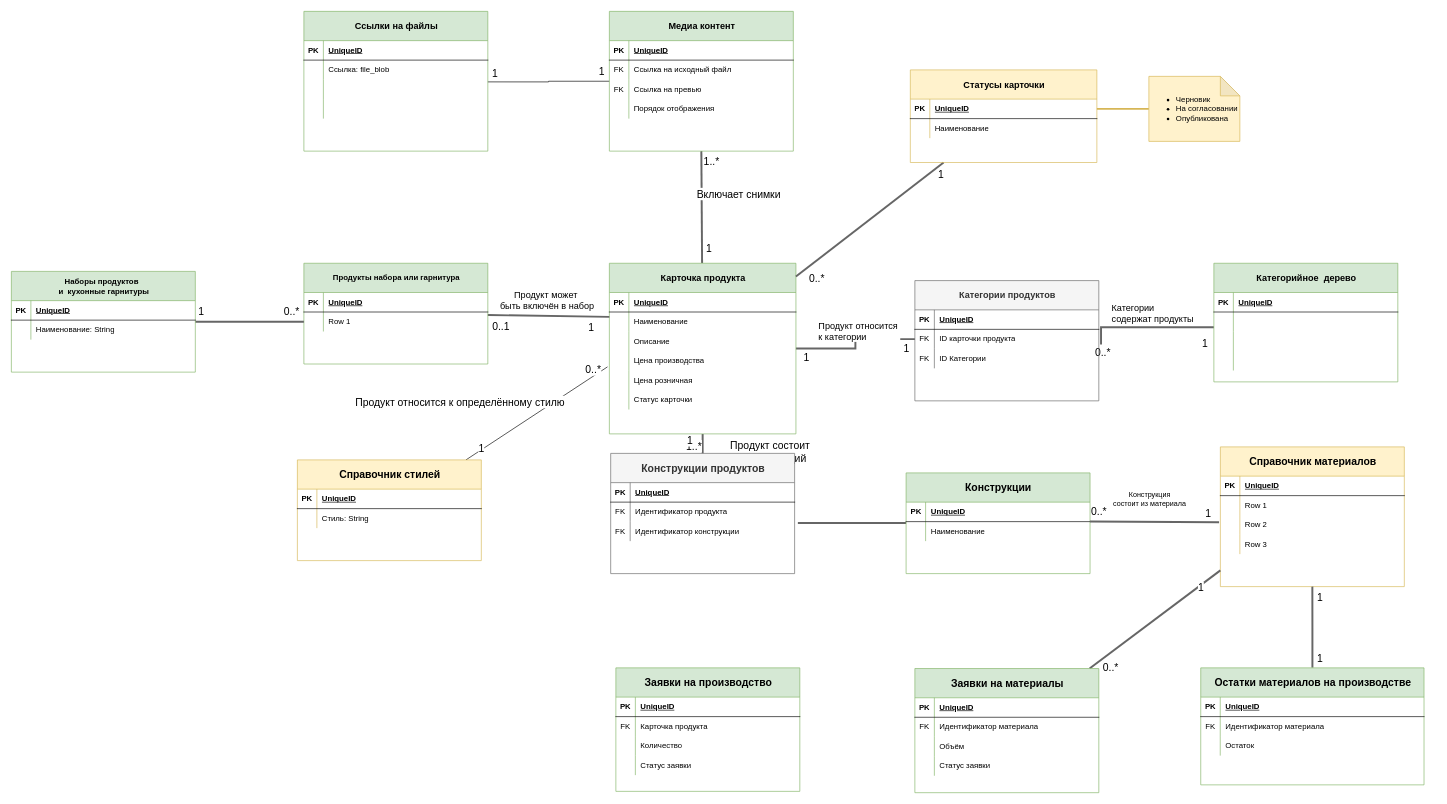
This is ERD - Продукт и производство.drawio from getitsoIved/examplesOfArtifacts, a draw.io file, before an edit. Source tidied: cells renumbered, new cells numbered last; positions are measured from the earlier drawing's top-left corner, leaving out a move shared by most shapes. Both pictures are drawn from the tidied source at 65%, with x=0, y=0 at pixel (11, 11).
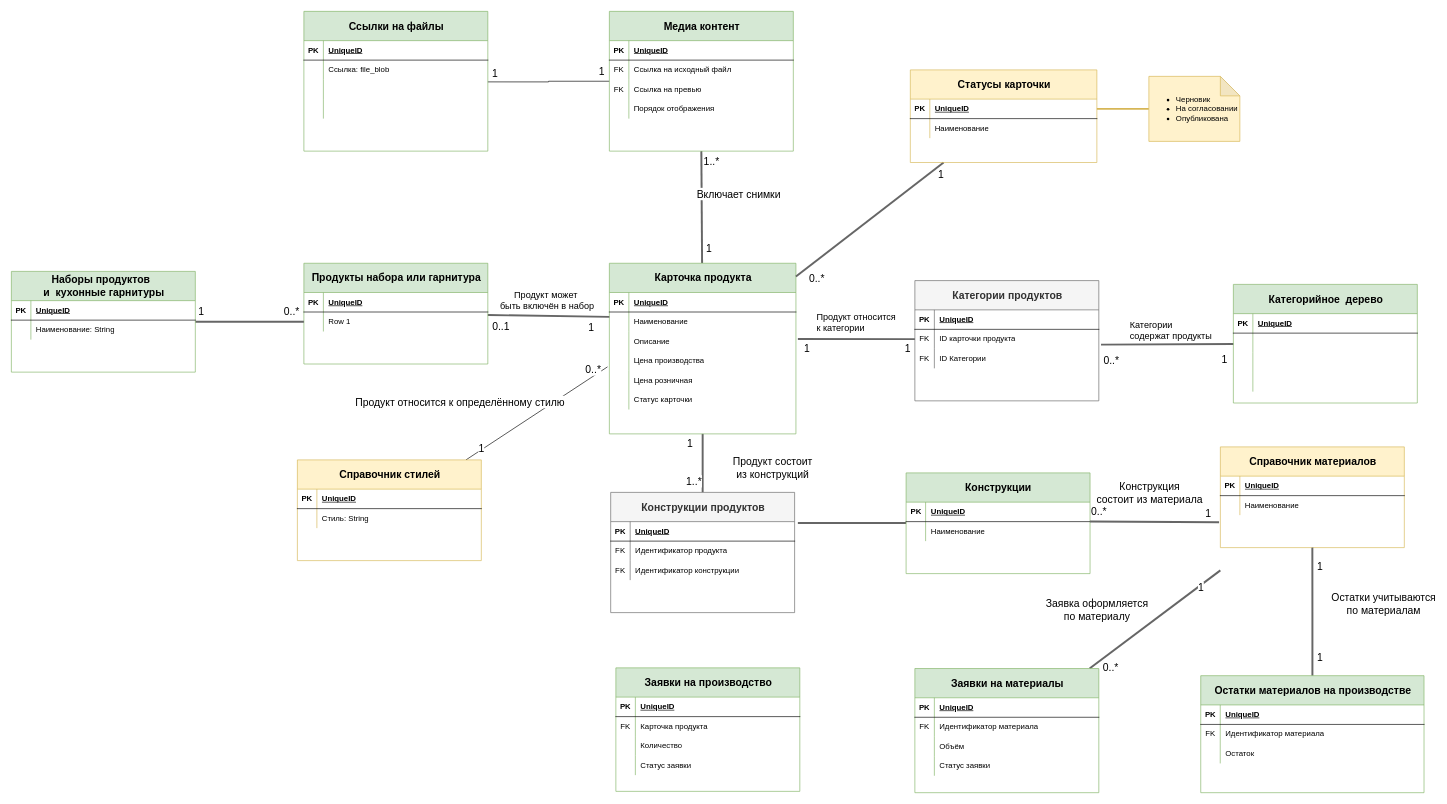
After the change.

The change refers to these unchanged cells:
```xml
<mxCell id="76" style="shape=tableRow;horizontal=0;startSize=0;swimlaneHead=0;swimlaneBody=0;fillColor=none;points=[[0,0.5],[1,0.5]];portConstraint=eastwest;top=0;left=0;right=0;bottom=0;" parent="72" vertex="1">
  <mxGeometry y="75" width="283" height="30" as="geometry" />
</mxCell>
<mxCell id="104" style="shape=tableRow;horizontal=0;startSize=0;swimlaneHead=0;swimlaneBody=0;fillColor=none;top=0;left=0;right=0;bottom=0;" parent="100" vertex="1">
  <mxGeometry y="75" width="283" height="30" as="geometry" />
</mxCell>
<mxCell id="113" style="rounded=0;jettySize=auto;html=1;fillColor=#f5f5f5;strokeColor=#666666;endArrow=none;endFill=0;strokeWidth=3;" parent="1" edge="1" source="116">
  <mxGeometry relative="1" as="geometry">
    <mxPoint x="1860" y="860" as="targetPoint" />
  </mxGeometry>
</mxCell>
<mxCell id="142" style="edgeStyle=orthogonalEdgeStyle;rounded=0;jettySize=auto;html=1;entryX=0.5;entryY=1;entryDx=0;entryDy=0;endArrow=none;endFill=0;fillColor=#f5f5f5;strokeColor=#666666;strokeWidth=3;" parent="1" edge="1" source="145" target="100">
  <mxGeometry relative="1" as="geometry" />
</mxCell>
<mxCell id="184" style="rounded=0;orthogonalLoop=1;jettySize=auto;html=1;entryX=-0.007;entryY=0.937;entryDx=0;entryDy=0;entryPerimeter=0;endArrow=none;endFill=0;fillColor=#f5f5f5;strokeColor=#666666;strokeWidth=3;" parent="1" edge="1">
  <mxGeometry relative="1" as="geometry">
    <mxPoint x="1659.5" y="784.9" as="sourcePoint" />
    <mxPoint x="1858" y="786.1" as="targetPoint" />
  </mxGeometry>
</mxCell>
```

What changed in the source:
```diff
@@
-    <mxCell id="2" style="edgeStyle=orthogonalEdgeStyle;rounded=0;jettySize=auto;html=1;entryX=0;entryY=0.5;entryDx=0;entryDy=0;strokeWidth=3;fillColor=#f5f5f5;strokeColor=#666666;endArrow=none;endFill=0;" parent="1" edge="1" source="14" target="76">
-      <mxGeometry relative="1" as="geometry" />
+    <mxCell id="2" style="rounded=0;jettySize=auto;html=1;entryX=0;entryY=0.5;entryDx=0;entryDy=0;strokeWidth=3;fillColor=#f5f5f5;strokeColor=#666666;endArrow=none;endFill=0;" parent="1" edge="1" target="76">
+      <mxGeometry relative="1" as="geometry">
+        <mxPoint x="1210" y="504" as="sourcePoint" />
+      </mxGeometry>
     </mxCell>
@@
-    <mxCell id="14" value="&lt;font style=&quot;font-size: 14px;&quot;&gt;Карточка продукта&lt;/font&gt;" style="shape=table;startSize=45;childLayout=tableLayout;rowLines=0;fontStyle=1;align=center;html=1;fillColor=#d5e8d4;strokeColor=#82b366;" parent="1" vertex="1">
+    <mxCell id="14" value="&lt;font style=&quot;font-size: 16px;&quot;&gt;Карточка продукта&lt;/font&gt;" style="shape=table;startSize=45;childLayout=tableLayout;rowLines=0;fontStyle=1;align=center;html=1;fillColor=#d5e8d4;strokeColor=#82b366;" parent="1" vertex="1">
       <mxGeometry x="920" y="387.5" width="287" height="262.5" as="geometry" />
     </mxCell>
@@
-    <mxCell id="37" value="Продукты набора или гарнитура" style="shape=table;startSize=45;childLayout=tableLayout;rowLines=0;fontStyle=1;align=center;html=1;fillColor=#d5e8d4;strokeColor=#82b366;" parent="1" vertex="1">
+    <mxCell id="37" value="&lt;font style=&quot;font-size: 16px;&quot;&gt;Продукты набора или гарнитура&lt;/font&gt;" style="shape=table;startSize=45;childLayout=tableLayout;rowLines=0;fontStyle=1;align=center;html=1;fillColor=#d5e8d4;strokeColor=#82b366;" parent="1" vertex="1">
       <mxGeometry x="450" y="387.5" width="283" height="155" as="geometry" />
     </mxCell>
@@
-    <mxCell id="55" style="edgeStyle=orthogonalEdgeStyle;rounded=0;jettySize=auto;html=1;entryX=1.012;entryY=0.783;entryDx=0;entryDy=0;entryPerimeter=0;strokeWidth=3;fillColor=#f5f5f5;strokeColor=#666666;endArrow=none;endFill=0;" parent="1" edge="1" source="59" target="76">
-      <mxGeometry relative="1" as="geometry">
-        <Array as="points">
-          <mxPoint x="1800" y="486" />
-          <mxPoint x="1800" y="486" />
-        </Array>
-      </mxGeometry>
+    <mxCell id="55" style="rounded=0;jettySize=auto;html=1;entryX=1.012;entryY=0.783;entryDx=0;entryDy=0;entryPerimeter=0;strokeWidth=3;fillColor=#f5f5f5;strokeColor=#666666;endArrow=none;endFill=0;" parent="1" edge="1" source="59" target="76">
+      <mxGeometry relative="1" as="geometry" />
     </mxCell>
@@
-    <mxCell id="59" value="&lt;font style=&quot;font-size: 14px;&quot;&gt;Категорийное&amp;nbsp;&amp;nbsp;дерево&lt;/font&gt;" style="shape=table;startSize=45;childLayout=tableLayout;rowLines=0;fontStyle=1;align=center;html=1;fillColor=#d5e8d4;strokeColor=#82b366;" parent="1" vertex="1">
-      <mxGeometry x="1850" y="387.5" width="283" height="182.5" as="geometry" />
+    <mxCell id="59" value="&lt;font style=&quot;font-size: 16px;&quot;&gt;Категорийное&amp;nbsp;&amp;nbsp;дерево&lt;/font&gt;" style="shape=table;startSize=45;childLayout=tableLayout;rowLines=0;fontStyle=1;align=center;html=1;fillColor=#d5e8d4;strokeColor=#82b366;" parent="1" vertex="1">
+      <mxGeometry x="1880" y="420" width="283" height="182.5" as="geometry" />
     </mxCell>
@@
-    <mxCell id="72" value="&lt;font style=&quot;font-size: 14px;&quot;&gt;Категории продуктов&lt;/font&gt;" style="shape=table;startSize=45;childLayout=tableLayout;rowLines=0;fontStyle=1;align=center;html=1;fillColor=#f5f5f5;fontColor=#333333;strokeColor=#666666;" parent="1" vertex="1">
+    <mxCell id="72" value="&lt;font style=&quot;font-size: 16px;&quot;&gt;Категории продуктов&lt;/font&gt;" style="shape=table;startSize=45;childLayout=tableLayout;rowLines=0;fontStyle=1;align=center;html=1;fillColor=#f5f5f5;fontColor=#333333;strokeColor=#666666;" parent="1" vertex="1">
       <mxGeometry x="1390" y="414.2" width="283" height="185" as="geometry" />
     </mxCell>
@@
     <mxCell id="82" value="&lt;span style=&quot;font-size: 16px;&quot;&gt;Конструкции продуктов&lt;/span&gt;" style="shape=table;startSize=45;childLayout=tableLayout;rowLines=0;fontStyle=1;align=center;html=1;fillColor=#f5f5f5;fontColor=#333333;strokeColor=#666666;" parent="1" vertex="1">
-      <mxGeometry x="922" y="680" width="283" height="185" as="geometry" />
+      <mxGeometry x="922" y="740" width="283" height="185" as="geometry" />
     </mxCell>
@@
     <mxCell id="100" value="&lt;span style=&quot;font-size: 16px;&quot;&gt;Справочник материалов&lt;/span&gt;" style="shape=table;startSize=45;childLayout=tableLayout;rowLines=0;fontStyle=1;align=center;html=1;fillColor=#fff2cc;strokeColor=#d6b656;" parent="1" vertex="1">
-      <mxGeometry x="1860" y="670" width="283" height="215" as="geometry" />
+      <mxGeometry x="1860" y="670" width="283" height="155" as="geometry" />
     </mxCell>
@@
-    <mxCell id="106" value="Row 1" style="shape=partialRectangle;fillColor=none;top=0;left=0;bottom=0;right=0;align=left;spacingLeft=6;overflow=hidden;whiteSpace=wrap;html=1;" parent="104" vertex="1">
+    <mxCell id="106" value="Наименование" style="shape=partialRectangle;fillColor=none;top=0;left=0;bottom=0;right=0;align=left;spacingLeft=6;overflow=hidden;whiteSpace=wrap;html=1;" parent="104" vertex="1">
       <mxGeometry x="30" width="253" height="30" as="geometry" />
     </mxCell>
-    <mxCell id="107" style="shape=tableRow;horizontal=0;startSize=0;swimlaneHead=0;swimlaneBody=0;fillColor=none;top=0;left=0;right=0;bottom=0;" parent="100" vertex="1">
-      <mxGeometry y="105" width="283" height="30" as="geometry" />
-    </mxCell>
-    <mxCell id="108" style="shape=partialRectangle;fillColor=none;top=0;left=0;bottom=0;right=0;overflow=hidden;whiteSpace=wrap;html=1;" parent="107" vertex="1">
-      <mxGeometry width="30" height="30" as="geometry" />
-    </mxCell>
-    <mxCell id="109" value="Row 2" style="shape=partialRectangle;fillColor=none;top=0;left=0;bottom=0;right=0;align=left;spacingLeft=6;overflow=hidden;whiteSpace=wrap;html=1;" parent="107" vertex="1">
-      <mxGeometry x="30" width="253" height="30" as="geometry" />
-    </mxCell>
-    <mxCell id="110" style="shape=tableRow;horizontal=0;startSize=0;swimlaneHead=0;swimlaneBody=0;fillColor=none;top=0;left=0;right=0;bottom=0;" parent="100" vertex="1">
-      <mxGeometry y="135" width="283" height="30" as="geometry" />
-    </mxCell>
-    <mxCell id="111" style="shape=partialRectangle;fillColor=none;top=0;left=0;bottom=0;right=0;overflow=hidden;whiteSpace=wrap;html=1;" parent="110" vertex="1">
-      <mxGeometry width="30" height="30" as="geometry" />
-    </mxCell>
-    <mxCell id="112" value="Row 3" style="shape=partialRectangle;fillColor=none;top=0;left=0;bottom=0;right=0;align=left;spacingLeft=6;overflow=hidden;whiteSpace=wrap;html=1;" parent="110" vertex="1">
-      <mxGeometry x="30" width="253" height="30" as="geometry" />
-    </mxCell>
@@
+    <mxCell id="210" value="Заявка оформляется &lt;br&gt;по материалу" style="edgeLabel;html=1;align=center;verticalAlign=middle;fontSize=16;" parent="113" vertex="1">
+      <mxGeometry x="-0.34" y="2" relative="1" as="geometry">
+        <mxPoint x="-54" y="-39" as="offset" />
+      </mxGeometry>
+    </mxCell>
@@
+    <mxCell id="211" value="&lt;font style=&quot;font-size: 16px;&quot;&gt;Остатки учитываются &lt;br&gt;по материалам&lt;/font&gt;" style="edgeLabel;html=1;align=center;verticalAlign=middle;" parent="142" vertex="1">
+      <mxGeometry y="1" relative="1" as="geometry">
+        <mxPoint x="110" y="-13" as="offset" />
+      </mxGeometry>
+    </mxCell>
     <mxCell id="145" value="&lt;span style=&quot;font-size: 16px;&quot;&gt;Остатки материалов на производстве&lt;br&gt;&lt;/span&gt;" style="shape=table;startSize=45;childLayout=tableLayout;rowLines=0;fontStyle=1;align=center;html=1;fillColor=#d5e8d4;strokeColor=#82b366;" parent="1" vertex="1">
-      <mxGeometry x="1829.8" y="1010" width="343.5" height="180" as="geometry" />
+      <mxGeometry x="1829.8" y="1022" width="343.5" height="180" as="geometry" />
     </mxCell>
@@
-    <mxCell id="158" value="&lt;font style=&quot;font-size: 14px;&quot;&gt;Медиа контент&lt;/font&gt;" style="shape=table;startSize=45;childLayout=tableLayout;rowLines=0;fontStyle=1;align=center;html=1;fillColor=#d5e8d4;strokeColor=#82b366;" parent="1" vertex="1">
+    <mxCell id="158" value="&lt;font style=&quot;font-size: 16px;&quot;&gt;Медиа контент&lt;/font&gt;" style="shape=table;startSize=45;childLayout=tableLayout;rowLines=0;fontStyle=1;align=center;html=1;fillColor=#d5e8d4;strokeColor=#82b366;" parent="1" vertex="1">
       <mxGeometry x="920" width="283" height="215" as="geometry" />
     </mxCell>
@@
-    <mxCell id="171" value="&lt;font style=&quot;font-size: 14px;&quot;&gt;Ссылки на файлы&lt;/font&gt;" style="shape=table;startSize=45;childLayout=tableLayout;rowLines=0;fontStyle=1;align=center;html=1;fillColor=#d5e8d4;strokeColor=#82b366;" parent="1" vertex="1">
+    <mxCell id="171" value="&lt;font style=&quot;font-size: 16px;&quot;&gt;Ссылки на файлы&lt;/font&gt;" style="shape=table;startSize=45;childLayout=tableLayout;rowLines=0;fontStyle=1;align=center;html=1;fillColor=#d5e8d4;strokeColor=#82b366;" parent="1" vertex="1">
       <mxGeometry x="450" width="283" height="215" as="geometry" />
     </mxCell>
@@
-    <mxCell id="187" value="Конструкция &lt;br&gt;состоит из материала" style="edgeLabel;html=1;align=center;verticalAlign=middle;" parent="184" vertex="1">
+    <mxCell id="187" value="Конструкция &lt;br style=&quot;font-size: 16px;&quot;&gt;состоит из материала" style="edgeLabel;html=1;align=center;verticalAlign=middle;fontSize=16;" parent="184" vertex="1">
       <mxGeometry x="-0.45" y="2" relative="1" as="geometry">
-        <mxPoint x="36" y="-33" as="offset" />
+        <mxPoint x="36" y="-43" as="offset" />
       </mxGeometry>
     </mxCell>
@@
-    <mxCell id="191" value="&lt;font style=&quot;font-size: 12px;&quot;&gt;Наборы продуктов&amp;nbsp;&amp;nbsp;&lt;br&gt;и&amp;nbsp; кухонные гарнитуры&lt;/font&gt;" style="shape=table;startSize=45;childLayout=tableLayout;rowLines=0;fontStyle=1;align=center;html=1;fillColor=#d5e8d4;strokeColor=#82b366;" parent="1" vertex="1">
+    <mxCell id="191" value="&lt;font style=&quot;font-size: 16px;&quot;&gt;Наборы продуктов&amp;nbsp;&amp;nbsp;&lt;br&gt;и&amp;nbsp; кухонные гарнитуры&lt;/font&gt;" style="shape=table;startSize=45;childLayout=tableLayout;rowLines=0;fontStyle=1;align=center;html=1;fillColor=#d5e8d4;strokeColor=#82b366;" parent="1" vertex="1">
       <mxGeometry y="400" width="283" height="155" as="geometry" />
     </mxCell>
@@
-    <mxCell id="201" value="&lt;font style=&quot;font-size: 14px;&quot;&gt;Статусы карточки&lt;/font&gt;" style="shape=table;startSize=45;childLayout=tableLayout;rowLines=0;fontStyle=1;align=center;html=1;fillColor=#fff2cc;strokeColor=#d6b656;" parent="1" vertex="1">
+    <mxCell id="201" value="&lt;font style=&quot;font-size: 16px;&quot;&gt;Статусы карточки&lt;/font&gt;" style="shape=table;startSize=45;childLayout=tableLayout;rowLines=0;fontStyle=1;align=center;html=1;fillColor=#fff2cc;strokeColor=#d6b656;" parent="1" vertex="1">
       <mxGeometry x="1383" y="90" width="287" height="142.5" as="geometry" />
     </mxCell>
```
